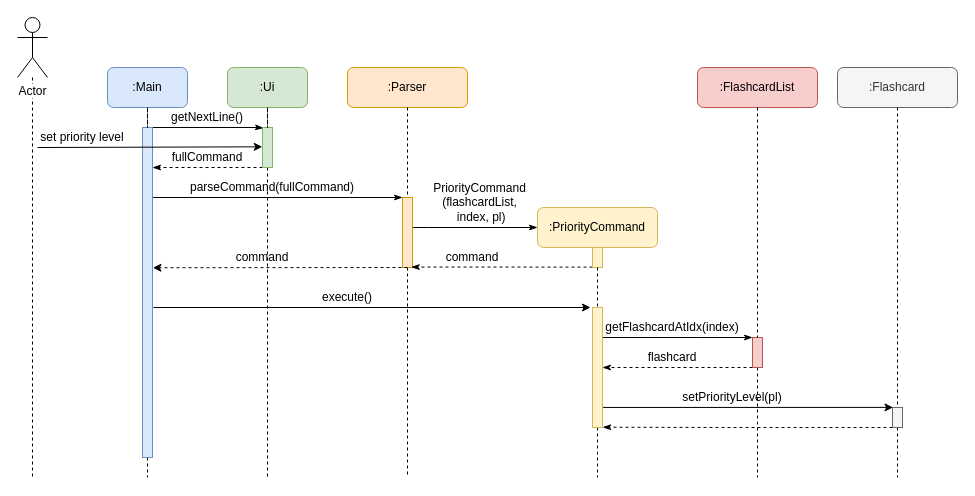
Above: docs/images/setPriorityLevelSequenceDiagram.drawio in sliu107/tp (draw.io), before the change. Source tidied: cells renumbered, new cells numbered last; positions are measured from the earlier drawing's top-left corner, leaving out a move shared by most shapes. Both pictures are drawn from the tidied source at 100%, with x=0, y=0 at pixel (17, 17).
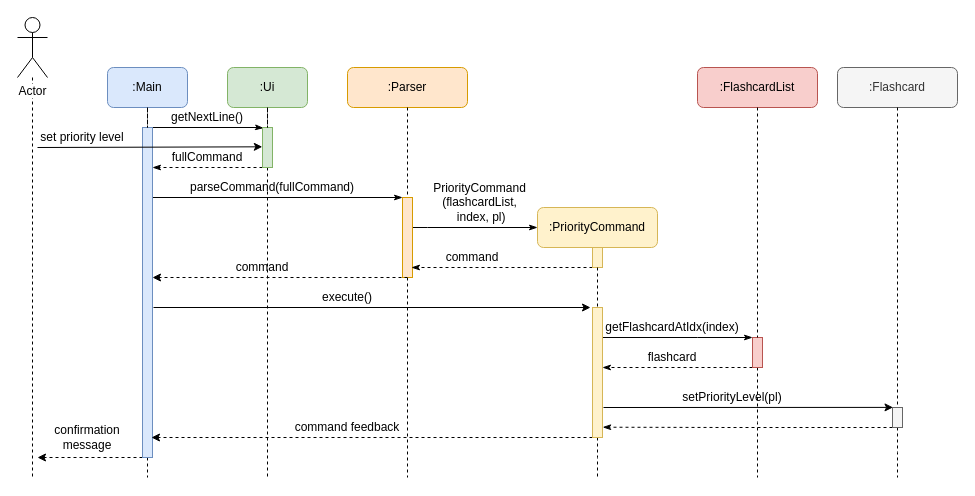
Above is the later version.

Commit message (it also covers changes not shown here):
Add confirmation message to setPriorityLevel seq diag

Unchanged cells that the change refers to:
```xml
<mxCell id="16" style="html=1;points=[];perimeter=orthogonalPerimeter;fillColor=#dae8fc;strokeColor=#6c8ebf;" parent="1" vertex="1">
  <mxGeometry x="125" y="110" width="10" height="330" as="geometry" />
</mxCell>
<mxCell id="31" style="html=1;points=[];perimeter=orthogonalPerimeter;fillColor=#fff2cc;strokeColor=#d6b656;" parent="1" vertex="1">
  <mxGeometry x="575" y="230" width="10" height="20" as="geometry" />
</mxCell>
<mxCell id="47" style="html=1;points=[];perimeter=orthogonalPerimeter;fillColor=#f5f5f5;strokeColor=#666666;fontColor=#333333;" parent="1" vertex="1">
  <mxGeometry x="875" y="390" width="10" height="20" as="geometry" />
</mxCell>
```

What changed in the source:
```diff
@@
+    <mxCell id="52" style="edgeStyle=orthogonalEdgeStyle;rounded=0;jettySize=auto;html=1;dashed=1;" parent="1" edge="1" source="16">
+      <mxGeometry relative="1" as="geometry">
+        <mxPoint x="20" y="440" as="targetPoint" />
+        <Array as="points">
+          <mxPoint x="50" y="440" />
+          <mxPoint x="50" y="440" />
+        </Array>
+      </mxGeometry>
+    </mxCell>
@@
     <mxCell id="26" style="html=1;points=[];perimeter=orthogonalPerimeter;fillColor=#ffe6cc;strokeColor=#d79b00;" parent="1" vertex="1">
-      <mxGeometry x="385" y="180" width="10" height="70" as="geometry" />
+      <mxGeometry x="385" y="180" width="10" height="80" as="geometry" />
     </mxCell>
@@
-    <mxCell id="30" style="edgeStyle=orthogonalEdgeStyle;rounded=0;jettySize=auto;html=1;endArrow=classicThin;endFill=1;entryX=0.873;entryY=0.994;entryDx=0;entryDy=0;entryPerimeter=0;dashed=1;" parent="1" edge="1" source="31" target="26">
+    <mxCell id="30" style="edgeStyle=orthogonalEdgeStyle;rounded=0;jettySize=auto;html=1;endArrow=classicThin;endFill=1;dashed=1;" parent="1" edge="1" source="31">
       <mxGeometry relative="1" as="geometry">
+        <mxPoint x="394" y="250" as="targetPoint" />
         <Array as="points">
-          <mxPoint x="560" y="250" />
+          <mxPoint x="394" y="250" />
         </Array>
       </mxGeometry>
     </mxCell>
@@
+    <mxCell id="53" style="edgeStyle=orthogonalEdgeStyle;rounded=0;jettySize=auto;html=1;dashed=1;" parent="1" edge="1" source="35">
+      <mxGeometry relative="1" as="geometry">
+        <mxPoint x="134" y="420" as="targetPoint" />
+        <Array as="points">
+          <mxPoint x="134" y="420" />
+        </Array>
+      </mxGeometry>
+    </mxCell>
     <mxCell id="35" style="html=1;points=[];perimeter=orthogonalPerimeter;fillColor=#fff2cc;strokeColor=#d6b656;" parent="1" vertex="1">
-      <mxGeometry x="575" y="290" width="10" height="120" as="geometry" />
+      <mxGeometry x="575" y="290" width="10" height="130" as="geometry" />
     </mxCell>
@@
-    <mxCell id="38" style="endArrow=classic;html=1;exitX=0.5;exitY=1;exitDx=0;exitDy=0;exitPerimeter=0;entryX=1.04;entryY=0.425;entryDx=0;entryDy=0;entryPerimeter=0;dashed=1;" parent="1" edge="1" source="26" target="16">
-      <mxGeometry relative="1" as="geometry" />
+    <mxCell id="38" style="endArrow=classic;html=1;exitX=0.5;exitY=1;exitDx=0;exitDy=0;exitPerimeter=0;dashed=1;" parent="1" edge="1" source="26">
+      <mxGeometry relative="1" as="geometry">
+        <mxPoint x="135" y="260" as="targetPoint" />
+        <Array as="points">
+          <mxPoint x="135" y="260" />
+        </Array>
+      </mxGeometry>
     </mxCell>
     <mxCell id="39" value="command" style="text;html=1;strokeColor=none;fillColor=none;align=center;verticalAlign=middle;whiteSpace=wrap;rounded=0;" parent="1" vertex="1">
-      <mxGeometry x="200" y="230" width="90" height="20" as="geometry" />
+      <mxGeometry x="200" y="240" width="90" height="20" as="geometry" />
     </mxCell>
@@
-    <mxCell id="50" style="endArrow=classic;html=1;exitX=1.064;exitY=0.833;exitDx=0;exitDy=0;exitPerimeter=0;entryX=0.052;entryY=-0.005;entryDx=0;entryDy=0;entryPerimeter=0;" parent="1" edge="1" source="35" target="47">
-      <mxGeometry relative="1" as="geometry" />
+    <mxCell id="50" style="endArrow=classic;html=1;entryX=0.052;entryY=-0.005;entryDx=0;entryDy=0;entryPerimeter=0;" parent="1" edge="1" target="47">
+      <mxGeometry relative="1" as="geometry">
+        <mxPoint x="586" y="390" as="sourcePoint" />
+      </mxGeometry>
     </mxCell>
@@
+    <mxCell id="54" value="command feedback" style="text;html=1;strokeColor=none;fillColor=none;align=center;verticalAlign=middle;whiteSpace=wrap;rounded=0;" parent="1" vertex="1">
+      <mxGeometry x="275" y="400" width="110" height="20" as="geometry" />
+    </mxCell>
+    <mxCell id="55" value="confirmation message" style="text;html=1;strokeColor=none;fillColor=none;align=center;verticalAlign=middle;whiteSpace=wrap;rounded=0;" parent="1" vertex="1">
+      <mxGeometry x="15" y="410" width="110" height="20" as="geometry" />
+    </mxCell>
```
